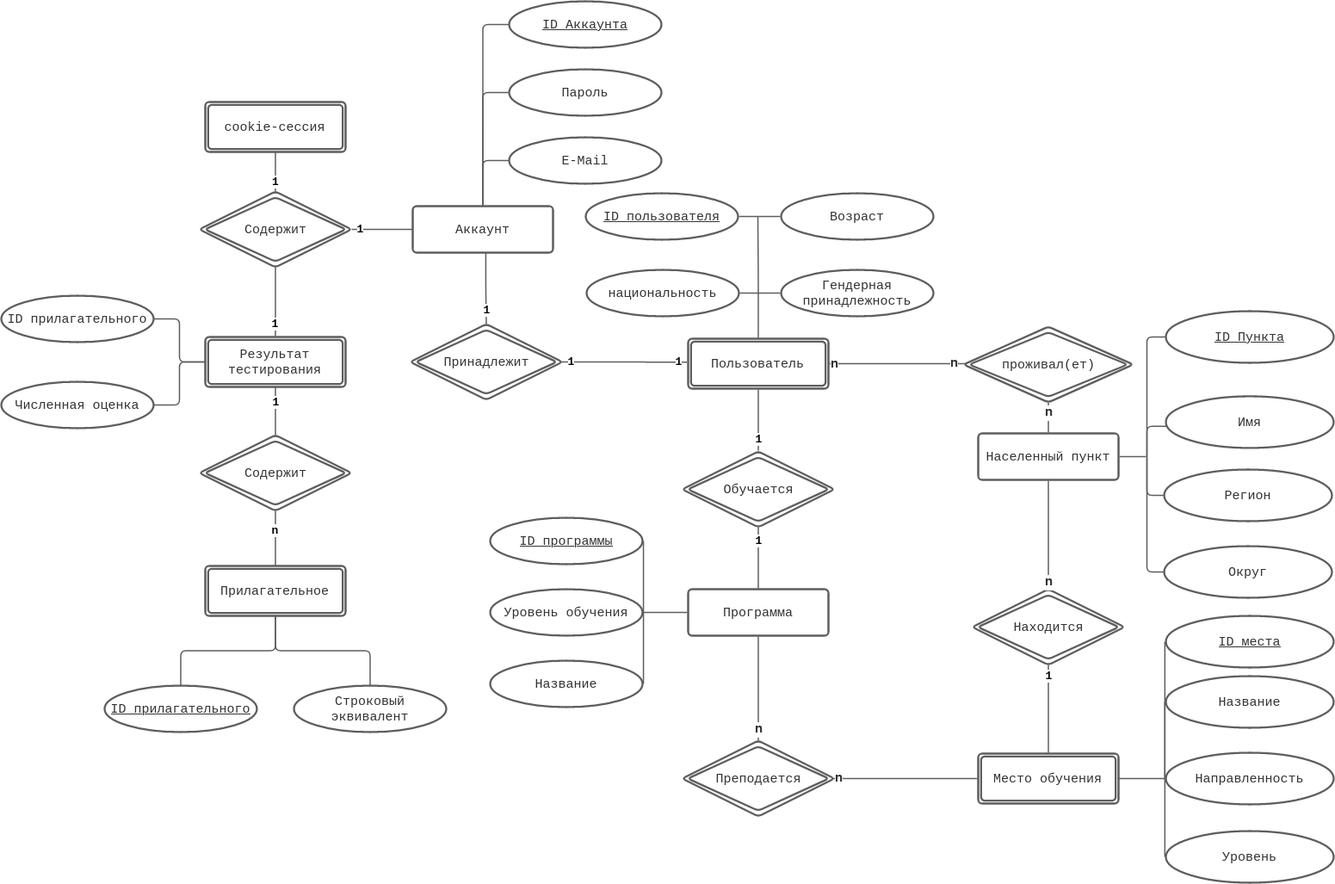
Above: doc/tex/term-body/assets/term-chen.drawio.png in honeycarbs/bmstu-db-term-6sem (draw.io), before the change. Source tidied: cells renumbered, new cells last; positions are measured from the earlier drawing's top-left corner, leaving out a move shared by most shapes.
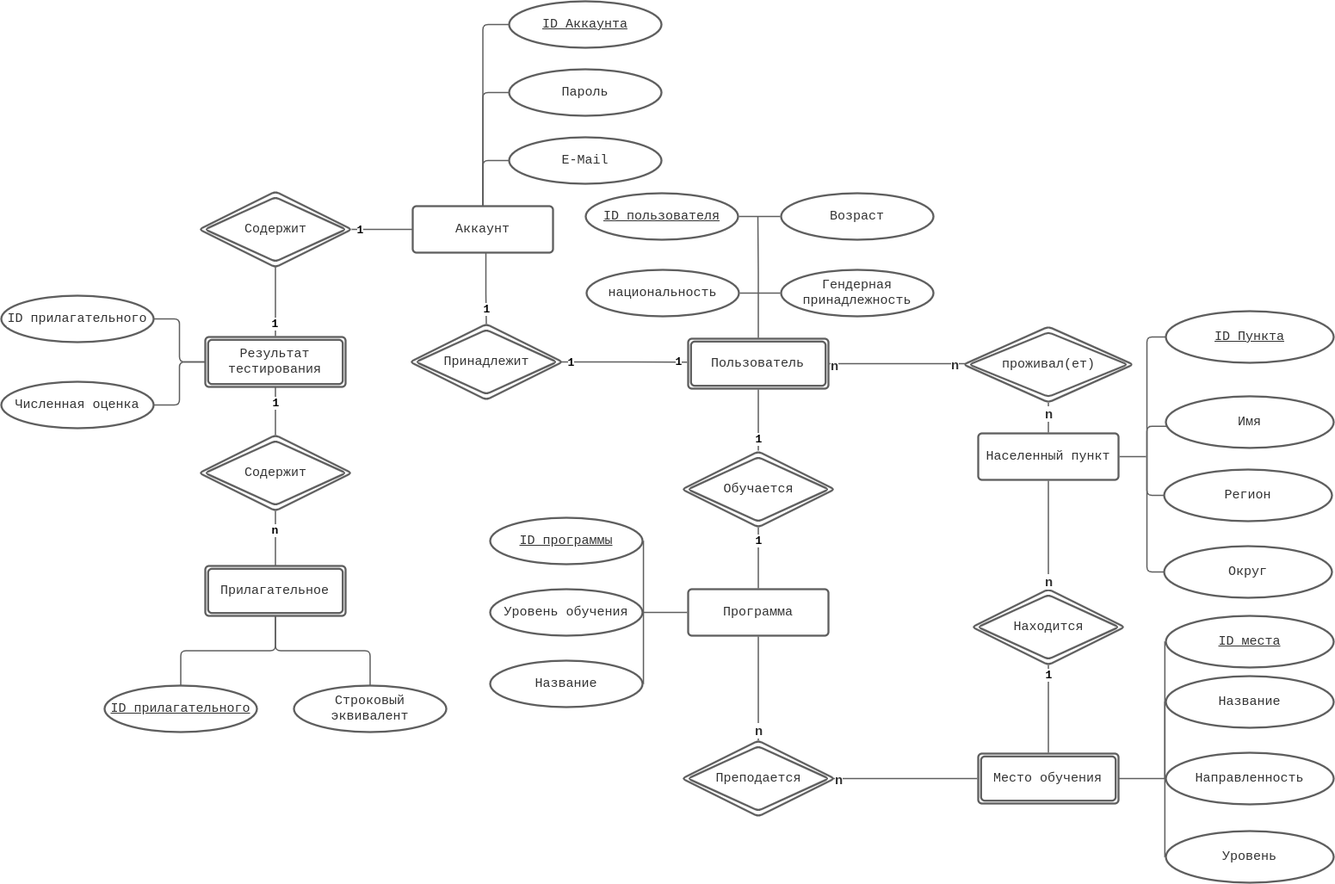
The same diagram one commit later.

Change to the diagram source:
```diff
@@ -259,15 +259,9 @@
     <mxCell id="76" value="Прилагательное" style="html=1;overflow=block;blockSpacing=1;whiteSpace=wrap;shape=ext;double=1;fontSize=15;fontFamily=Liberation Mono;fontColor=#333333;spacing=3.8;strokeColor=#5e5e5e;strokeOpacity=100;rounded=1;absoluteArcSize=1;arcSize=9;strokeWidth=2.3;" parent="1" vertex="1">
       <mxGeometry x="237" y="656" width="163" height="58" as="geometry" />
     </mxCell>
-    <mxCell id="77" style="edgeStyle=orthogonalEdgeStyle;rounded=1;jettySize=auto;html=1;exitX=0.5;exitY=0;exitDx=0;exitDy=0;entryX=0.5;entryY=1;entryDx=0;entryDy=0;endArrow=none;fontSize=13;strokeColor=#5E5E5E;strokeWidth=1.5;arcSize=12;startArrow=none;" parent="1" edge="1" source="78" target="79">
-      <mxGeometry relative="1" as="geometry" />
-    </mxCell>
     <mxCell id="78" value="Содержит" style="html=1;overflow=block;blockSpacing=1;whiteSpace=wrap;shape=rhombus;double=1;fontSize=15;fontFamily=Liberation Mono;fontColor=#333333;spacing=3.8;strokeColor=#5e5e5e;strokeOpacity=100;rounded=1;absoluteArcSize=1;arcSize=9;strokeWidth=2.3;" parent="1" vertex="1">
       <mxGeometry x="230" y="221" width="177" height="88" as="geometry" />
     </mxCell>
-    <mxCell id="79" value="cookie-сессия" style="html=1;overflow=block;blockSpacing=1;whiteSpace=wrap;shape=ext;double=1;fontSize=15;fontFamily=Liberation Mono;fontColor=#333333;spacing=3.8;strokeColor=#5e5e5e;strokeOpacity=100;rounded=1;absoluteArcSize=1;arcSize=9;strokeWidth=2.3;" parent="1" vertex="1">
-      <mxGeometry x="237" y="117" width="163" height="58" as="geometry" />
-    </mxCell>
     <mxCell id="80" value="n" style="text;html=1;labelBackgroundColor=default;align=center;verticalAlign=middle;fontStyle=1;fontColor=#333333;fontSize=15;" parent="1" vertex="1">
       <mxGeometry x="968" y="422" as="geometry" />
     </mxCell>
@@ -280,9 +274,6 @@
     <mxCell id="83" value="Строковый эквивалент" style="html=1;overflow=block;blockSpacing=1;whiteSpace=wrap;ellipse;fontSize=15;fontFamily=Liberation Mono;fontColor=#333333;spacing=3.8;strokeColor=#5e5e5e;strokeOpacity=100;rounded=1;absoluteArcSize=1;arcSize=9;strokeWidth=2.3;" parent="1" vertex="1">
       <mxGeometry x="340" y="795" width="177" height="54" as="geometry" />
     </mxCell>
-    <mxCell id="84" value="1" style="text;html=1;strokeColor=#FFFFFF;fillColor=none;align=center;verticalAlign=middle;whiteSpace=wrap;rounded=1;fontSize=13;fontFamily=Courier New;labelBackgroundColor=default;endArrow=none;strokeWidth=1.5;arcSize=12;startArrow=none;fontStyle=1;" parent="1" vertex="1">
-      <mxGeometry x="313.5" y="208" width="10" height="4" as="geometry" />
-    </mxCell>
     <mxCell id="85" style="edgeStyle=orthogonalEdgeStyle;rounded=1;jettySize=auto;html=1;exitX=1;exitY=0.5;exitDx=0;exitDy=0;entryX=0;entryY=0.5;entryDx=0;entryDy=0;fontFamily=Helvetica;fontSize=13;fontColor=default;endArrow=none;strokeColor=#5E5E5E;strokeWidth=1.5;arcSize=12;startArrow=none;" parent="1" edge="1" source="86" target="10">
       <mxGeometry relative="1" as="geometry" />
     </mxCell>
```
